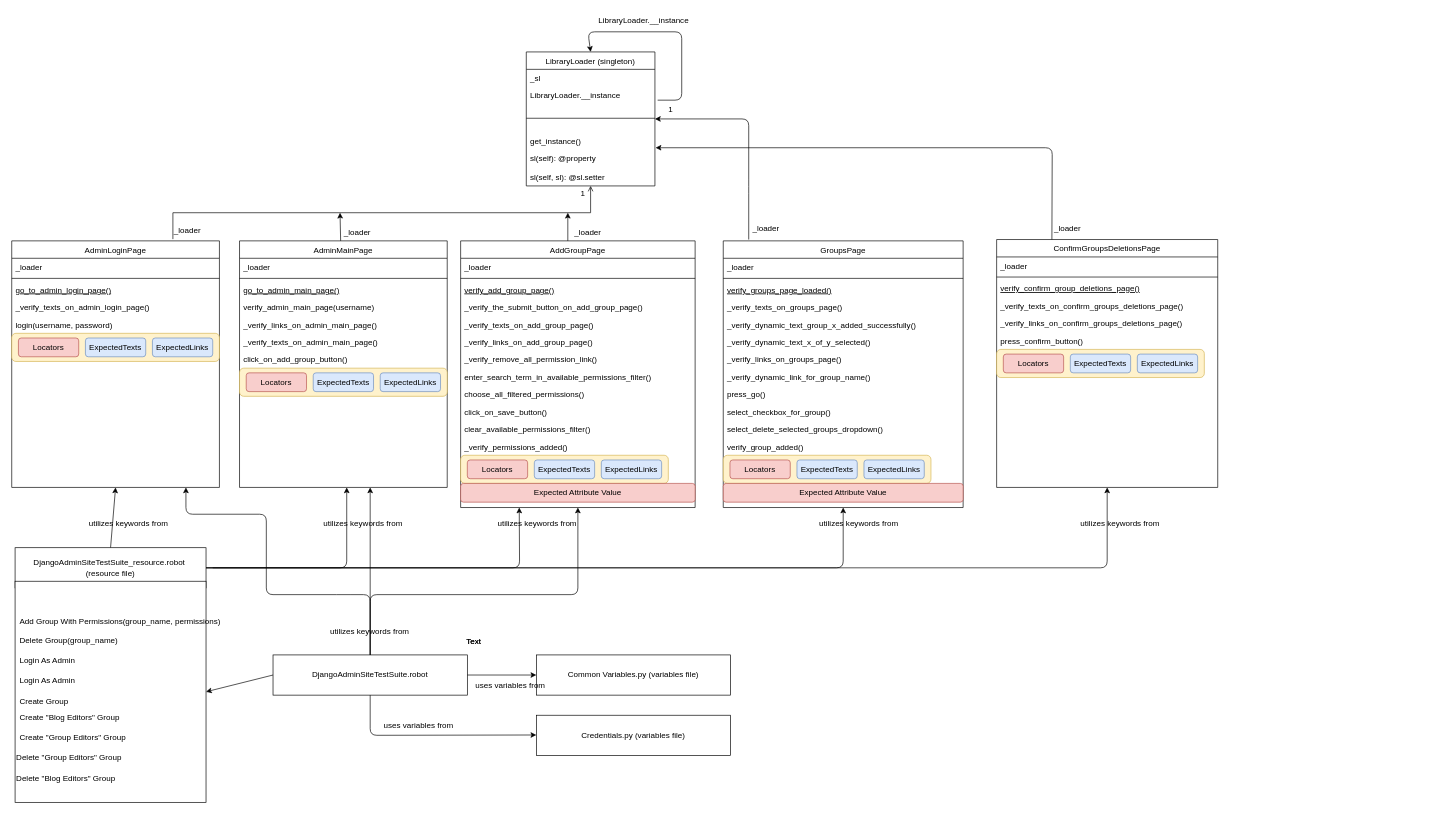
TeddyTeddy/robot-fw-browser-library-tests keeps this draw.io diagram as Uml-Draw.io/DjangoAdminSiteTestSuite.drawio. Above is the earlier version. Source tidied: cells renumbered, new cells numbered last; positions are measured from the earlier drawing's top-left corner, leaving out a move shared by most shapes. Both pictures are drawn from the tidied source at 67%, with x=0, y=0 at pixel (11, 11).
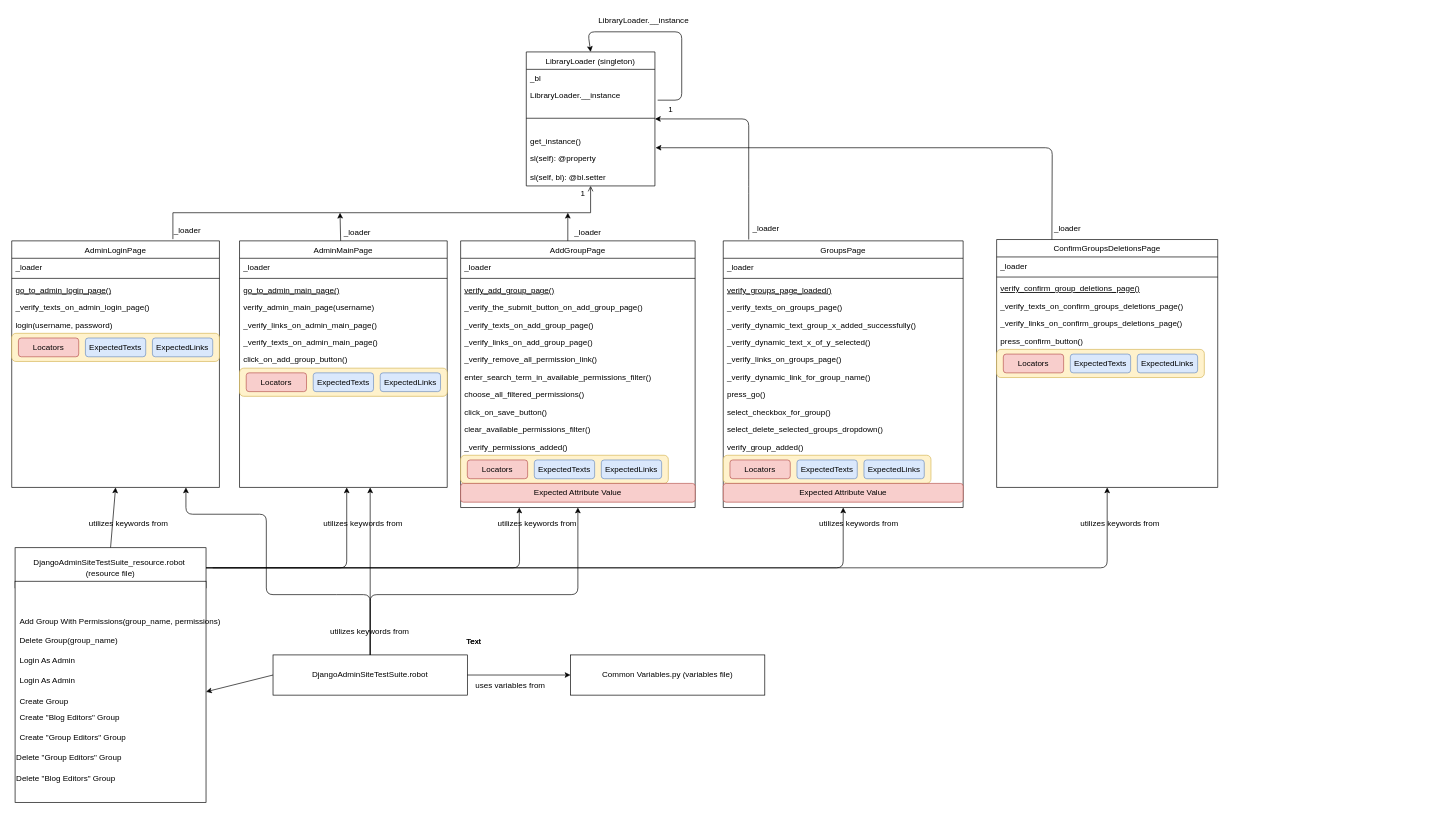
After the change.

Unchanged cells that the change refers to:
```xml
<mxCell id="13" value="LibraryLoader (singleton)" style="swimlane;fontStyle=0;align=center;verticalAlign=top;horizontal=1;startSize=26;rounded=0;shadow=0;strokeWidth=1;" parent="1" vertex="1">
  <mxGeometry x="768" y="60" width="192" height="200" as="geometry" />
</mxCell>
<mxCell id="102" value="DjangoAdminSiteTestSuite.robot" style="rounded=0;whiteSpace=wrap;html=1;" parent="1" vertex="1">
  <mxGeometry x="390" y="960" width="290" height="60" as="geometry" />
</mxCell>
```

Diff of the diagram source:
```diff
@@
-    <mxCell id="14" value="_sl" style="text;align=left;verticalAlign=top;spacingLeft=4;spacingRight=4;overflow=hidden;" parent="13" vertex="1">
+    <mxCell id="14" value="_bl" style="text;align=left;verticalAlign=top;spacingLeft=4;spacingRight=4;overflow=hidden;" parent="13" vertex="1">
       <mxGeometry y="26" width="192" height="26" as="geometry" />
     </mxCell>
@@
-    <mxCell id="23" value="sl(self, sl): @sl.setter" style="text;align=left;verticalAlign=top;spacingLeft=4;spacingRight=4;overflow=hidden;" parent="1" vertex="1">
+    <mxCell id="23" value="sl(self, bl): @bl.setter" style="text;align=left;verticalAlign=top;spacingLeft=4;spacingRight=4;overflow=hidden;" parent="1" vertex="1">
       <mxGeometry x="768" y="234" width="160" height="26" as="geometry" />
     </mxCell>
@@
     <mxCell id="101" value="Common Variables.py (variables file)" style="rounded=0;whiteSpace=wrap;html=1;" parent="1" vertex="1">
-      <mxGeometry x="783" y="960" width="290" height="60" as="geometry" />
+      <mxGeometry x="834" y="960" width="290" height="60" as="geometry" />
     </mxCell>
@@
-    <mxCell id="127" value="Credentials.py (variables file)" style="rounded=0;whiteSpace=wrap;html=1;" parent="1" vertex="1">
-      <mxGeometry x="783" y="1050" width="290" height="60" as="geometry" />
-    </mxCell>
-    <mxCell id="128" style="endArrow=classic;html=1;exitX=0.5;exitY=1;exitDx=0;exitDy=0;" parent="1" edge="1" source="102">
-      <mxGeometry relative="1" as="geometry">
-        <mxPoint x="783" y="1079.5" as="targetPoint" />
-        <Array as="points">
-          <mxPoint x="535" y="1080" />
-        </Array>
-      </mxGeometry>
-    </mxCell>
-    <mxCell id="129" value="uses variables from" style="text;html=1;align=center;verticalAlign=middle;labelBackgroundColor=none;rounded=0;shadow=0;strokeWidth=1;fontSize=12;" parent="1" vertex="1">
-      <mxGeometry x="1073" y="990" as="geometry">
-        <mxPoint x="-466.2" y="75" as="offset" />
-      </mxGeometry>
-    </mxCell>
```
